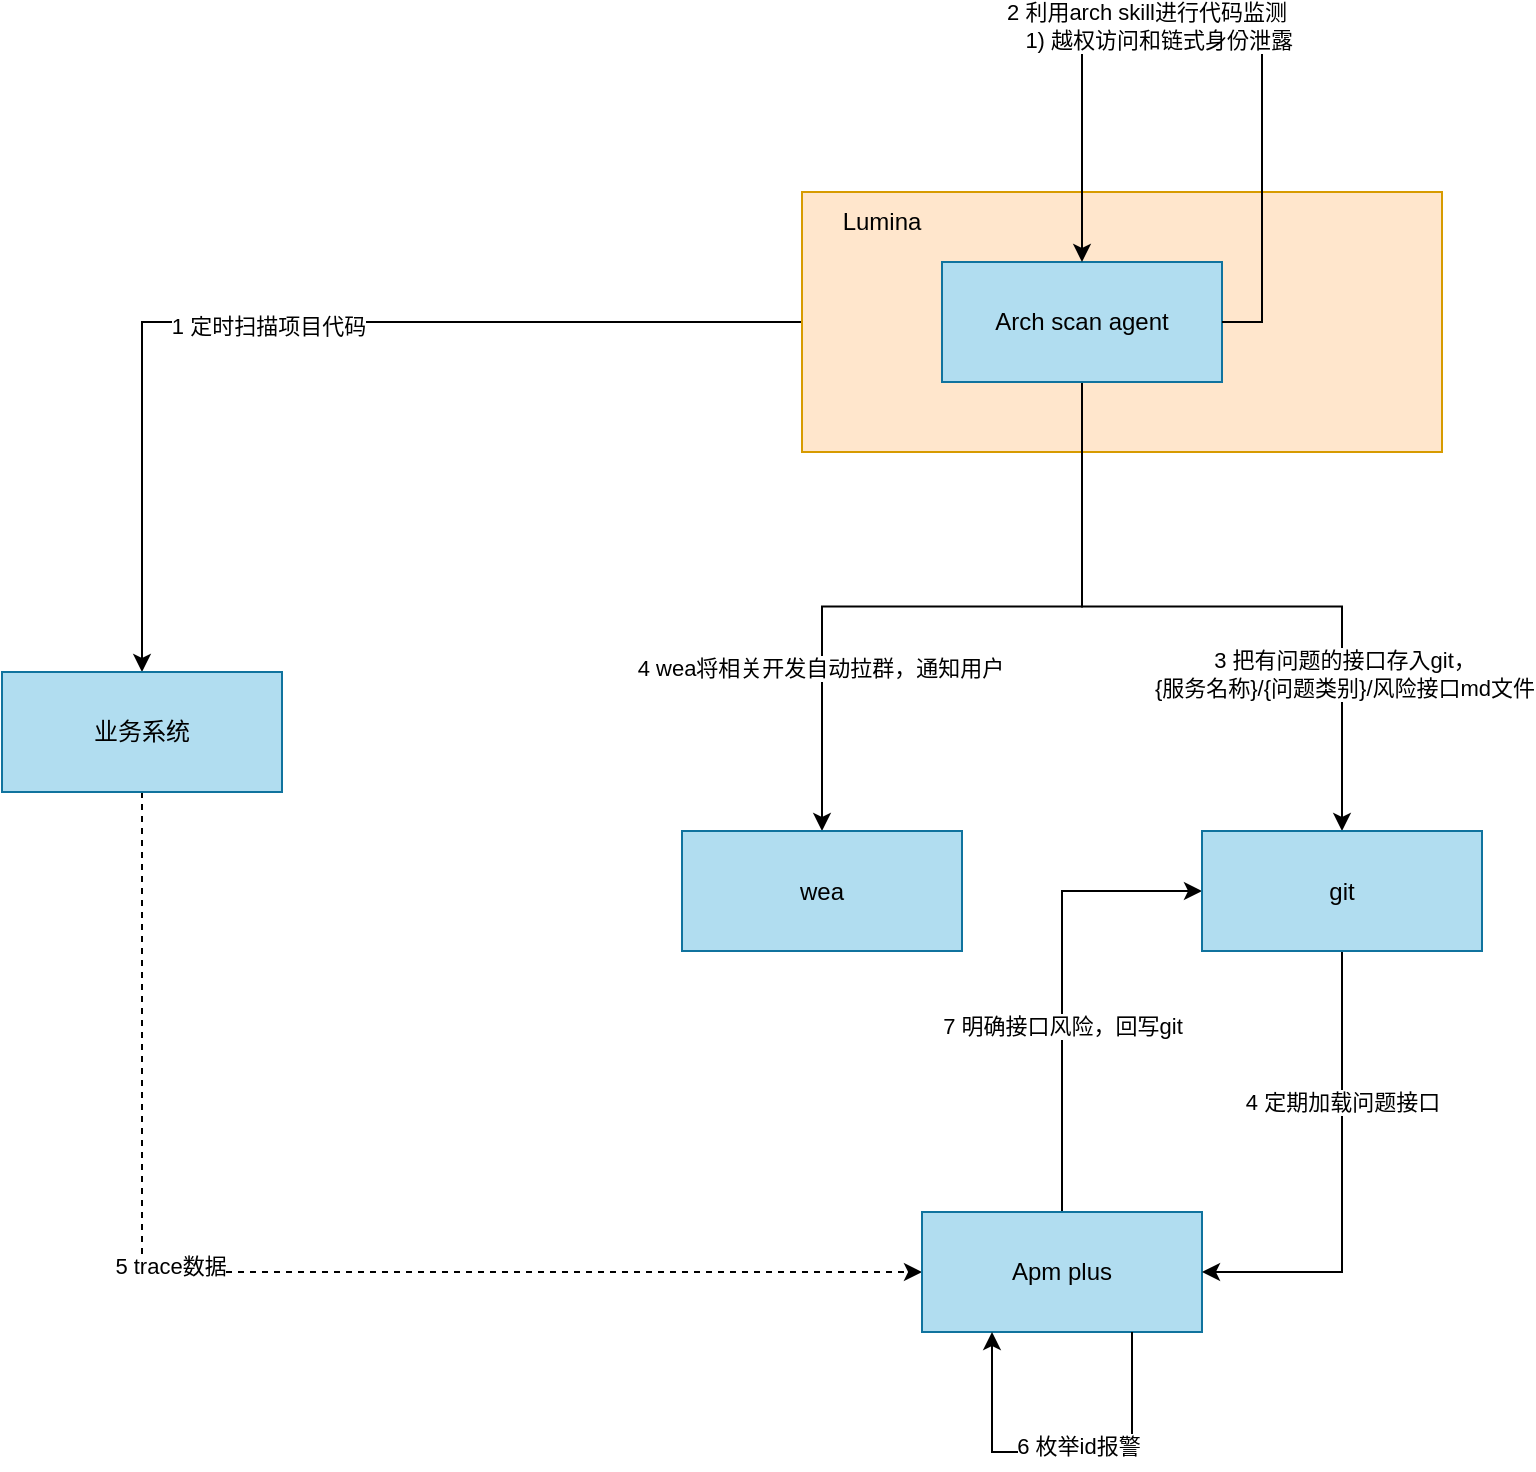
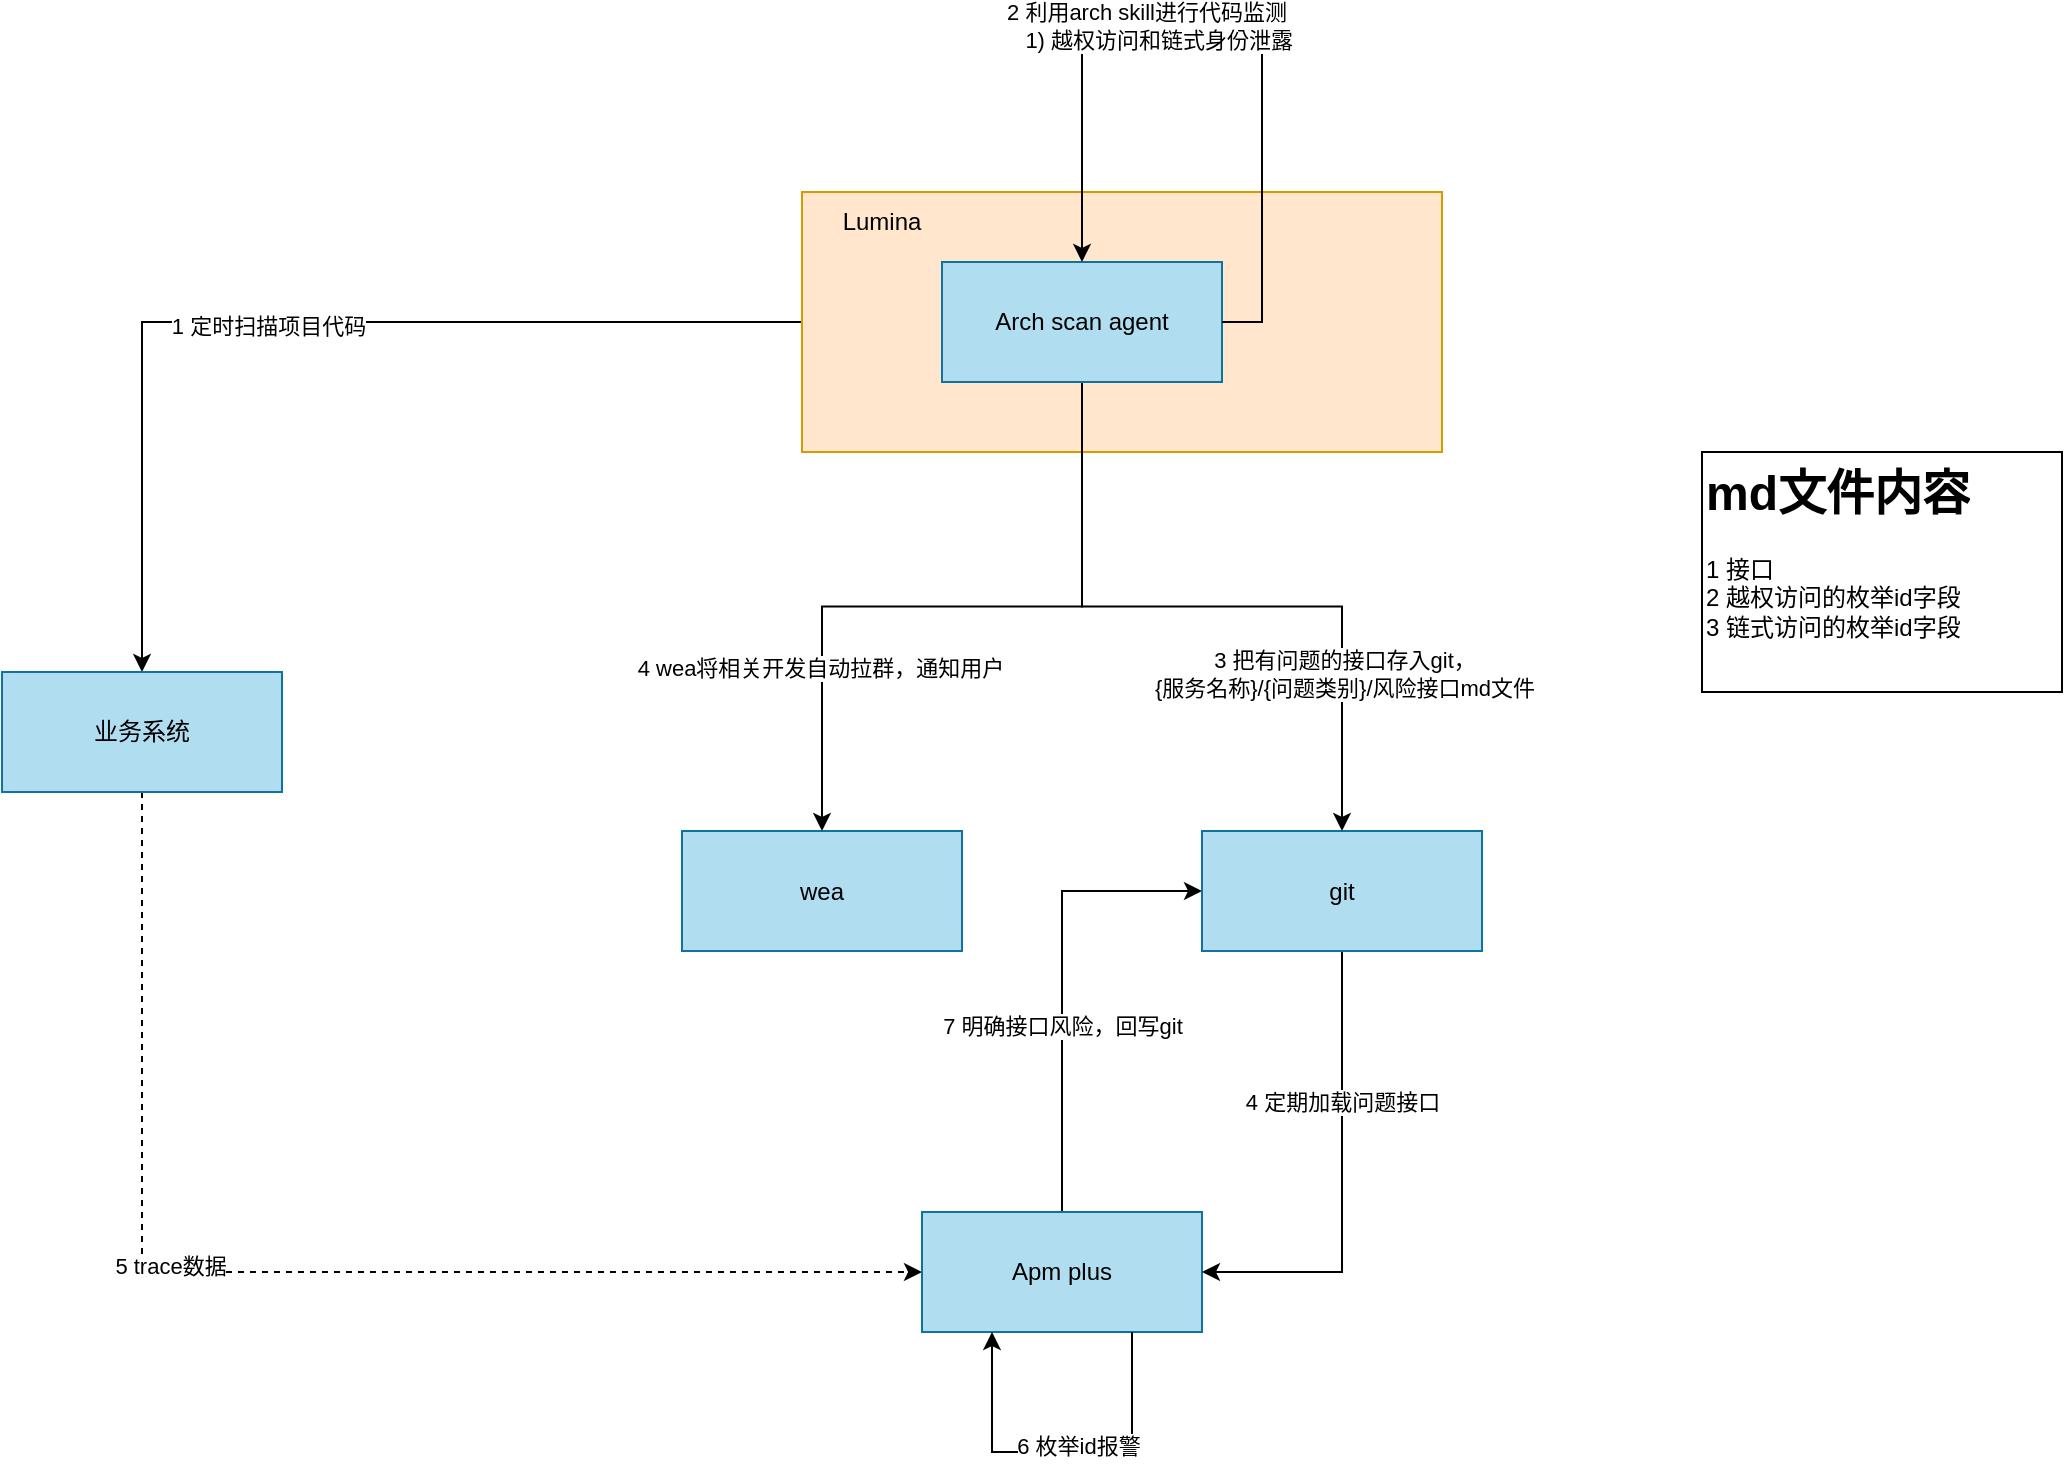
<mxfile host="app.diagrams.net">
  <diagram name="第 1 页" id="v4d0oD99BJNh_s1QToVL">
    <mxGraphModel dx="1222" dy="764" grid="1" gridSize="10" guides="1" tooltips="1" connect="1" arrows="1" fold="1" page="1" pageScale="1" pageWidth="3300" pageHeight="2339" math="0" shadow="0">
      <root>
        <mxCell id="0" />
        <mxCell id="1" parent="0" />
        <mxCell id="BZSGkBbcOcEUag34DBB_-2" edge="1" parent="1" source="SJECwPXb0EPlWWx2axZS-5" style="edgeStyle=orthogonalEdgeStyle;rounded=0;orthogonalLoop=1;jettySize=auto;html=1;exitX=0;exitY=0.5;exitDx=0;exitDy=0;" target="BZSGkBbcOcEUag34DBB_-1">
          <mxGeometry relative="1" as="geometry" />
        </mxCell>
        <mxCell id="BZSGkBbcOcEUag34DBB_-9" connectable="0" parent="BZSGkBbcOcEUag34DBB_-2" style="edgeLabel;html=1;align=center;verticalAlign=middle;resizable=0;points=[];" value="1 定时扫描项目代码" vertex="1">
          <mxGeometry relative="1" x="0.0582" y="2" as="geometry">
            <mxPoint as="offset" />
          </mxGeometry>
        </mxCell>
        <mxCell id="SJECwPXb0EPlWWx2axZS-5" parent="1" style="rounded=0;whiteSpace=wrap;html=1;fillColor=#ffe6cc;strokeColor=#d79b00;" value="" vertex="1">
          <mxGeometry height="130" width="320" x="530" y="160" as="geometry" />
        </mxCell>
        <mxCell id="BZSGkBbcOcEUag34DBB_-19" edge="1" parent="1" source="BZSGkBbcOcEUag34DBB_-1" style="edgeStyle=orthogonalEdgeStyle;rounded=0;orthogonalLoop=1;jettySize=auto;html=1;exitX=0.5;exitY=1;exitDx=0;exitDy=0;entryX=0;entryY=0.5;entryDx=0;entryDy=0;dashed=1;" target="BZSGkBbcOcEUag34DBB_-3">
          <mxGeometry relative="1" as="geometry" />
        </mxCell>
        <mxCell id="BZSGkBbcOcEUag34DBB_-20" connectable="0" parent="BZSGkBbcOcEUag34DBB_-19" style="edgeLabel;html=1;align=center;verticalAlign=middle;resizable=0;points=[];" value="5 trace数据" vertex="1">
          <mxGeometry relative="1" x="-0.1937" y="3" as="geometry">
            <mxPoint as="offset" />
          </mxGeometry>
        </mxCell>
        <mxCell id="BZSGkBbcOcEUag34DBB_-1" parent="1" style="rounded=0;whiteSpace=wrap;html=1;fillColor=#b1ddf0;strokeColor=#10739e;" value="业务系统" vertex="1">
          <mxGeometry height="60" width="140" x="130" y="400" as="geometry" />
        </mxCell>
        <mxCell id="BZSGkBbcOcEUag34DBB_-23" edge="1" parent="1" source="BZSGkBbcOcEUag34DBB_-3" style="edgeStyle=orthogonalEdgeStyle;rounded=0;orthogonalLoop=1;jettySize=auto;html=1;exitX=0.5;exitY=0;exitDx=0;exitDy=0;entryX=0;entryY=0.5;entryDx=0;entryDy=0;" target="BZSGkBbcOcEUag34DBB_-6">
          <mxGeometry relative="1" as="geometry" />
        </mxCell>
        <mxCell id="BZSGkBbcOcEUag34DBB_-24" connectable="0" parent="BZSGkBbcOcEUag34DBB_-23" style="edgeLabel;html=1;align=center;verticalAlign=middle;resizable=0;points=[];" value="7 明确接口风险，回写git" vertex="1">
          <mxGeometry relative="1" x="-0.1931" as="geometry">
            <mxPoint as="offset" />
          </mxGeometry>
        </mxCell>
        <mxCell id="BZSGkBbcOcEUag34DBB_-3" parent="1" style="rounded=0;whiteSpace=wrap;html=1;fillColor=#b1ddf0;strokeColor=#10739e;" value="Apm plus" vertex="1">
          <mxGeometry height="60" width="140" x="590" y="670" as="geometry" />
        </mxCell>
        <mxCell id="BZSGkBbcOcEUag34DBB_-7" edge="1" parent="1" source="SJECwPXb0EPlWWx2axZS-4" style="edgeStyle=orthogonalEdgeStyle;rounded=0;orthogonalLoop=1;jettySize=auto;html=1;exitX=0.5;exitY=1;exitDx=0;exitDy=0;" target="BZSGkBbcOcEUag34DBB_-6">
          <mxGeometry relative="1" as="geometry" />
        </mxCell>
        <mxCell id="BZSGkBbcOcEUag34DBB_-14" connectable="0" parent="BZSGkBbcOcEUag34DBB_-7" style="edgeLabel;html=1;align=center;verticalAlign=middle;resizable=0;points=[];" value="3 把有问题的接口存入git，&lt;div&gt;{服务名称}/&lt;span style=&quot;background-color: light-dark(#ffffff, var(--ge-dark-color, #121212)); color: light-dark(rgb(0, 0, 0), rgb(255, 255, 255));&quot;&gt;{问题类别}/风险接口md文件&lt;/span&gt;&lt;/div&gt;" vertex="1">
          <mxGeometry relative="1" x="0.0845" y="1" as="geometry">
            <mxPoint x="51" y="34" as="offset" />
          </mxGeometry>
        </mxCell>
        <mxCell id="BZSGkBbcOcEUag34DBB_-8" edge="1" parent="1" source="SJECwPXb0EPlWWx2axZS-4" style="edgeStyle=orthogonalEdgeStyle;rounded=0;orthogonalLoop=1;jettySize=auto;html=1;exitX=0.5;exitY=1;exitDx=0;exitDy=0;" target="BZSGkBbcOcEUag34DBB_-5">
          <mxGeometry relative="1" as="geometry" />
        </mxCell>
        <mxCell id="BZSGkBbcOcEUag34DBB_-15" connectable="0" parent="BZSGkBbcOcEUag34DBB_-8" style="edgeLabel;html=1;align=center;verticalAlign=middle;resizable=0;points=[];" value="4 wea将相关开发自动拉群，通知用户" vertex="1">
          <mxGeometry relative="1" x="0.538" y="-1" as="geometry">
            <mxPoint as="offset" />
          </mxGeometry>
        </mxCell>
        <mxCell id="SJECwPXb0EPlWWx2axZS-4" parent="1" style="rounded=0;whiteSpace=wrap;html=1;fillColor=#b1ddf0;strokeColor=#10739e;" value="Arch scan agent" vertex="1">
          <mxGeometry height="60" width="140" x="600" y="195" as="geometry" />
        </mxCell>
        <mxCell id="BZSGkBbcOcEUag34DBB_-4" parent="1" style="text;html=1;whiteSpace=wrap;strokeColor=none;fillColor=none;align=center;verticalAlign=middle;rounded=0;" value="Lumina" vertex="1">
          <mxGeometry height="30" width="60" x="540" y="160" as="geometry" />
        </mxCell>
        <mxCell id="BZSGkBbcOcEUag34DBB_-5" parent="1" style="rounded=0;whiteSpace=wrap;html=1;fillColor=#b1ddf0;strokeColor=#10739e;" value="wea" vertex="1">
          <mxGeometry height="60" width="140" x="470" y="479.5" as="geometry" />
        </mxCell>
        <mxCell id="BZSGkBbcOcEUag34DBB_-17" edge="1" parent="1" source="BZSGkBbcOcEUag34DBB_-6" style="edgeStyle=orthogonalEdgeStyle;rounded=0;orthogonalLoop=1;jettySize=auto;html=1;exitX=0.5;exitY=1;exitDx=0;exitDy=0;entryX=1;entryY=0.5;entryDx=0;entryDy=0;" target="BZSGkBbcOcEUag34DBB_-3">
          <mxGeometry relative="1" as="geometry" />
        </mxCell>
        <mxCell id="BZSGkBbcOcEUag34DBB_-18" connectable="0" parent="BZSGkBbcOcEUag34DBB_-17" style="edgeLabel;html=1;align=center;verticalAlign=middle;resizable=0;points=[];" value="4 定期加载问题接口" vertex="1">
          <mxGeometry relative="1" x="-0.3536" as="geometry">
            <mxPoint y="1" as="offset" />
          </mxGeometry>
        </mxCell>
        <mxCell id="BZSGkBbcOcEUag34DBB_-6" parent="1" style="rounded=0;whiteSpace=wrap;html=1;fillColor=#b1ddf0;strokeColor=#10739e;" value="git" vertex="1">
          <mxGeometry height="60" width="140" x="730" y="479.5" as="geometry" />
        </mxCell>
        <mxCell id="BZSGkBbcOcEUag34DBB_-12" edge="1" parent="1" source="SJECwPXb0EPlWWx2axZS-4" style="edgeStyle=orthogonalEdgeStyle;rounded=0;orthogonalLoop=1;jettySize=auto;html=1;exitX=1;exitY=0.5;exitDx=0;exitDy=0;entryX=0.5;entryY=0;entryDx=0;entryDy=0;" target="SJECwPXb0EPlWWx2axZS-4">
          <mxGeometry relative="1" as="geometry">
            <Array as="points">
              <mxPoint x="760" y="225" />
              <mxPoint x="760" y="80" />
              <mxPoint x="670" y="80" />
            </Array>
          </mxGeometry>
        </mxCell>
        <mxCell id="BZSGkBbcOcEUag34DBB_-13" connectable="0" parent="BZSGkBbcOcEUag34DBB_-12" style="edgeLabel;html=1;align=center;verticalAlign=middle;resizable=0;points=[];" value="2 利用arch skill进行代码监测&lt;div&gt;&amp;nbsp; &amp;nbsp; 1) 越权访问和链式身份泄露&lt;/div&gt;" vertex="1">
          <mxGeometry relative="1" x="0.2054" y="-3" as="geometry">
            <mxPoint as="offset" />
          </mxGeometry>
        </mxCell>
        <mxCell id="BZSGkBbcOcEUag34DBB_-21" edge="1" parent="1" source="BZSGkBbcOcEUag34DBB_-3" style="edgeStyle=orthogonalEdgeStyle;rounded=0;orthogonalLoop=1;jettySize=auto;html=1;exitX=0.75;exitY=1;exitDx=0;exitDy=0;entryX=0.25;entryY=1;entryDx=0;entryDy=0;" target="BZSGkBbcOcEUag34DBB_-3">
          <mxGeometry relative="1" as="geometry">
            <Array as="points">
              <mxPoint x="695" y="790" />
              <mxPoint x="625" y="790" />
            </Array>
          </mxGeometry>
        </mxCell>
        <mxCell id="BZSGkBbcOcEUag34DBB_-22" connectable="0" parent="BZSGkBbcOcEUag34DBB_-21" style="edgeLabel;html=1;align=center;verticalAlign=middle;resizable=0;points=[];" value="6 枚举id报警" vertex="1">
          <mxGeometry relative="1" x="-0.0842" y="-3" as="geometry">
            <mxPoint as="offset" />
          </mxGeometry>
        </mxCell>
+         <mxCell id="BZSGkBbcOcEUag34DBB_-26" parent="1" style="text;html=1;whiteSpace=wrap;overflow=hidden;rounded=0;strokeColor=default;" value="&lt;h1 style=&quot;margin-top: 0px;&quot;&gt;md文件内容&lt;/h1&gt;&lt;p&gt;1 接口&lt;br&gt;2 越权访问的枚举id字段&lt;br&gt;3 链式访问的&lt;span style=&quot;background-color: transparent; color: light-dark(rgb(0, 0, 0), rgb(255, 255, 255));&quot;&gt;枚举id字段&lt;/span&gt;&lt;/p&gt;" vertex="1">
+           <mxGeometry height="120" width="180" x="980" y="290" as="geometry" />
+         </mxCell>
      </root>
    </mxGraphModel>
  </diagram>
</mxfile>
